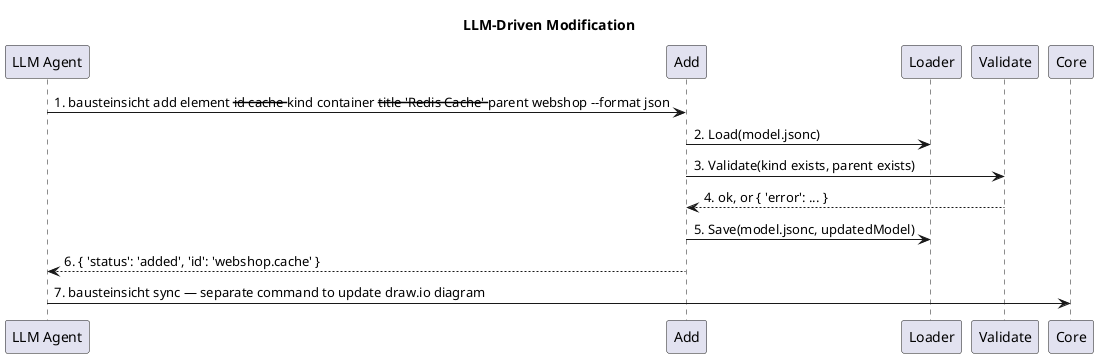
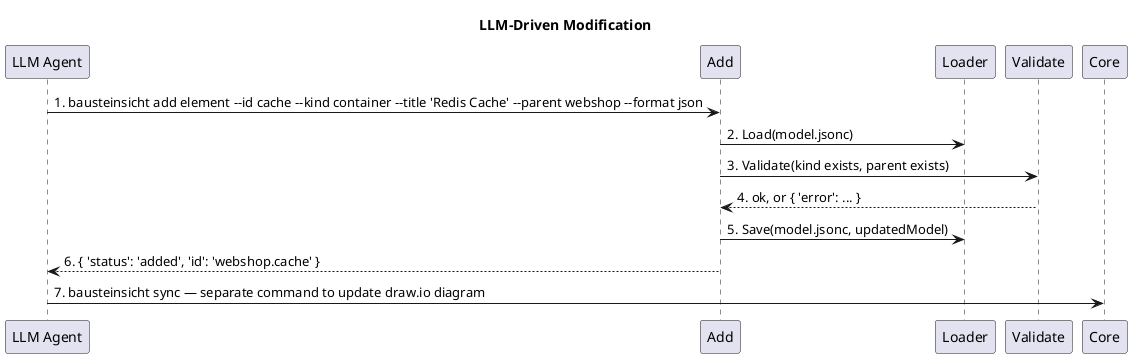
@startuml llm_driven_modification
title LLM-Driven Modification

participant "LLM Agent" as llm_agent
participant "Add" as bausteinsicht_cli_add
participant "Loader" as bausteinsicht_model_loader
participant "Validate" as bausteinsicht_model_validate
participant "Core" as bausteinsicht_cli_core

- llm_agent -> bausteinsicht_cli_add : 1. bausteinsicht add element --id cache --kind container --title 'Redis Cache' --parent webshop --format json
+ llm_agent -> bausteinsicht_cli_add : 1. bausteinsicht add element ‑‑id cache ‑‑kind container ‑‑title 'Redis Cache' ‑‑parent webshop ‑‑format json
bausteinsicht_cli_add -> bausteinsicht_model_loader : 2. Load(model.jsonc)
bausteinsicht_cli_add -> bausteinsicht_model_validate : 3. Validate(kind exists, parent exists)
bausteinsicht_model_validate --> bausteinsicht_cli_add : 4. ok, or { 'error': ... }
bausteinsicht_cli_add -> bausteinsicht_model_loader : 5. Save(model.jsonc, updatedModel)
bausteinsicht_cli_add --> llm_agent : 6. { 'status': 'added', 'id': 'webshop.cache' }
llm_agent -> bausteinsicht_cli_core : 7. bausteinsicht sync — separate command to update draw.io diagram

@enduml
